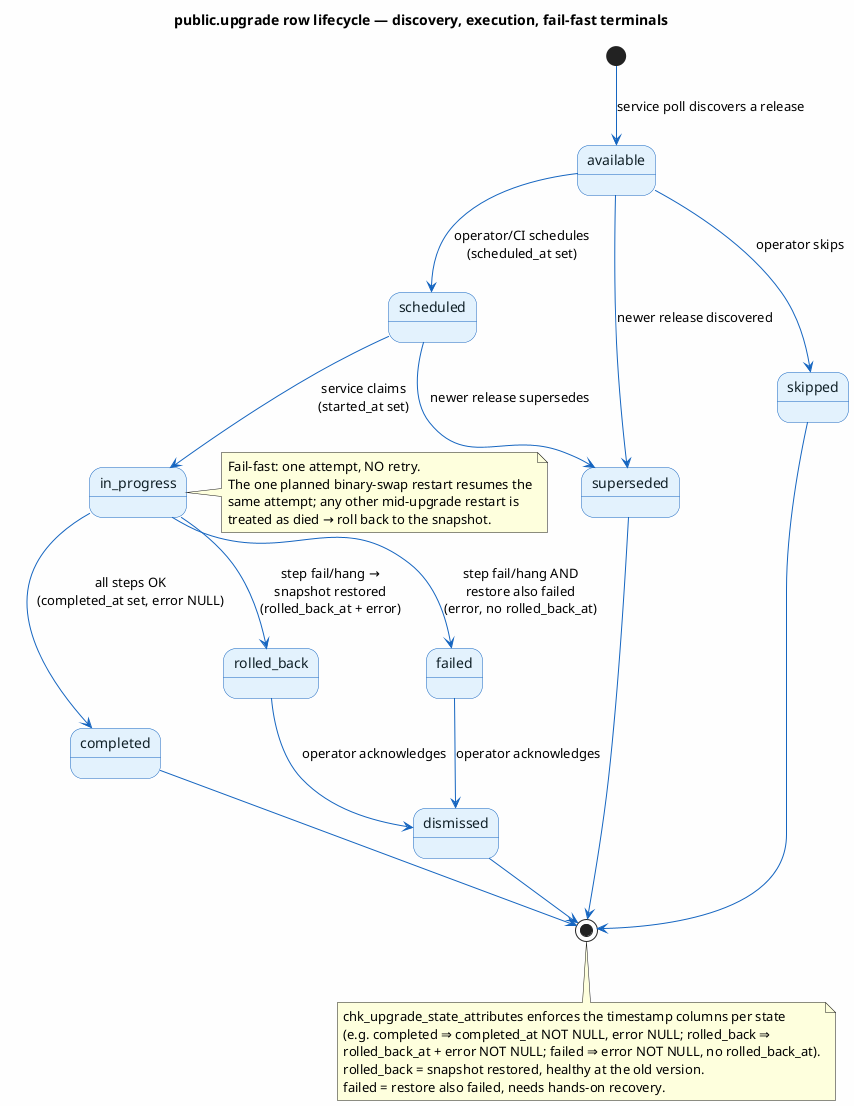
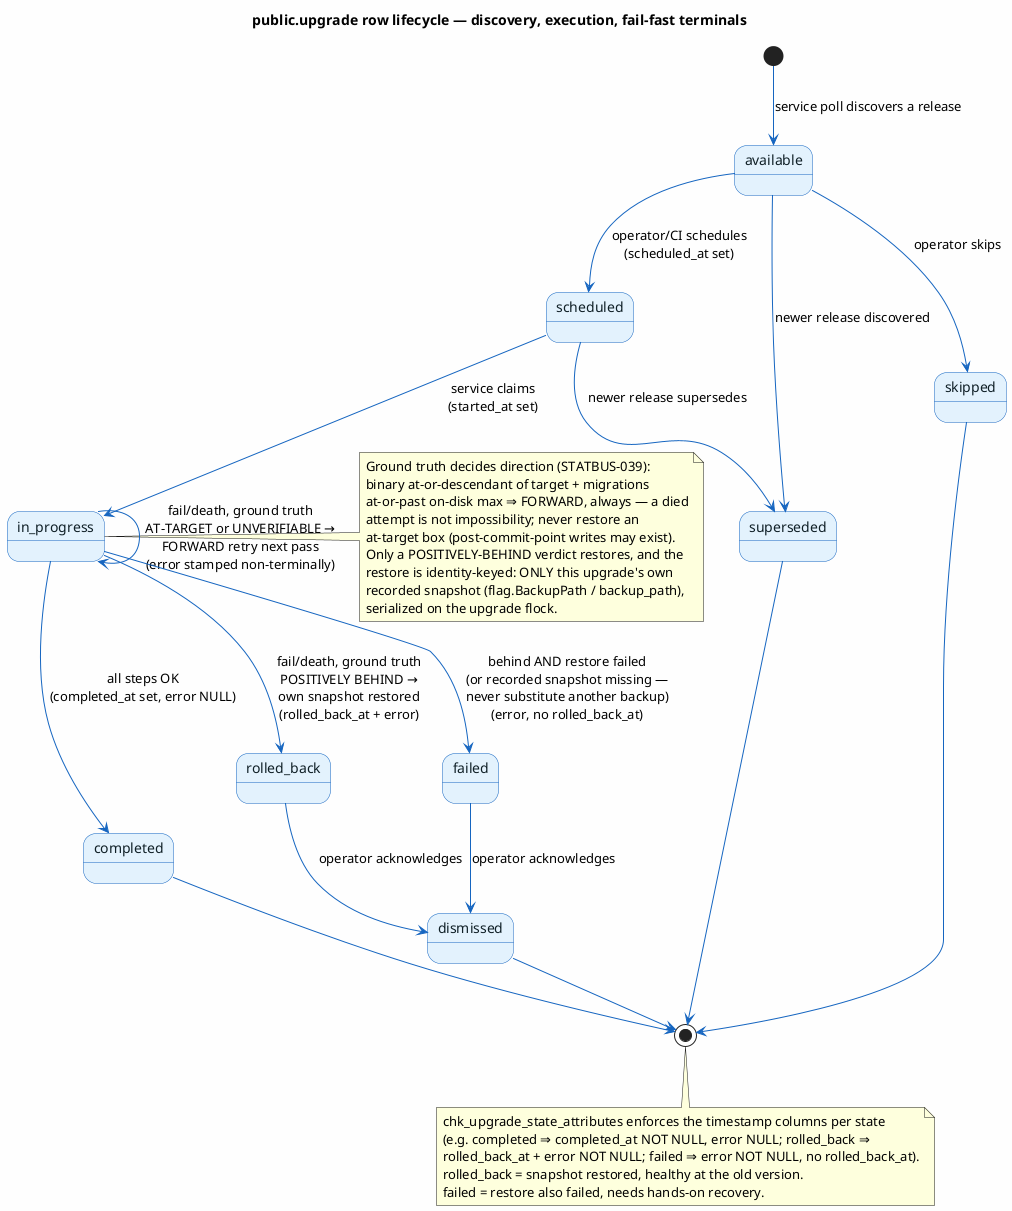
@startuml upgrade-lifecycle
' Authoritative state diagram for doc/upgrade-timeline.md § Upgrade-row lifecycle.
' States are the public.upgrade.state enum (upgrade_state); the timestamp
' invariants per state are enforced by chk_upgrade_state_attributes — see
' doc/db/table/public_upgrade.md. Keep the terminal-state naming in sync with
' the recovery contract: rolled_back = restored / healthy at old version,
' failed = restore also failed / needs hands-on.
skinparam backgroundColor #FEFEFE
skinparam state {
    BorderColor #1565C0
    BackgroundColor #E3F2FD
    ArrowColor #1565C0
    FontColor #102027
}

title public.upgrade row lifecycle — discovery, execution, fail-fast terminals

[*] --> available : service poll discovers a release

available --> scheduled : operator/CI schedules\n(scheduled_at set)
available --> skipped : operator skips
available --> superseded : newer release discovered

scheduled --> in_progress : service claims\n(started_at set)
scheduled --> superseded : newer release supersedes

in_progress --> completed : all steps OK\n(completed_at set, error NULL)
- in_progress --> rolled_back : step fail/hang →\nsnapshot restored\n(rolled_back_at + error)
- in_progress --> failed : step fail/hang AND\nrestore also failed\n(error, no rolled_back_at)
+ in_progress --> in_progress : fail/death, ground truth\nAT-TARGET or UNVERIFIABLE →\nFORWARD retry next pass\n(error stamped non-terminally)
+ in_progress --> rolled_back : fail/death, ground truth\nPOSITIVELY BEHIND →\nown snapshot restored\n(rolled_back_at + error)
+ in_progress --> failed : behind AND restore failed\n(or recorded snapshot missing —\nnever substitute another backup)\n(error, no rolled_back_at)

note right of in_progress
-   Fail-fast: one attempt, NO retry.
-   The one planned binary-swap restart resumes the
-   same attempt; any other mid-upgrade restart is
-   treated as died → roll back to the snapshot.
+   Ground truth decides direction (STATBUS-039):
+   binary at-or-descendant of target + migrations
+   at-or-past on-disk max ⇒ FORWARD, always — a died
+   attempt is not impossibility; never restore an
+   at-target box (post-commit-point writes may exist).
+   Only a POSITIVELY-BEHIND verdict restores, and the
+   restore is identity-keyed: ONLY this upgrade's own
+   recorded snapshot (flag.BackupPath / backup_path),
+   serialized on the upgrade flock.
end note

rolled_back --> dismissed : operator acknowledges
failed --> dismissed : operator acknowledges

completed --> [*]
skipped --> [*]
superseded --> [*]
dismissed --> [*]

note bottom
  chk_upgrade_state_attributes enforces the timestamp columns per state
  (e.g. completed ⇒ completed_at NOT NULL, error NULL; rolled_back ⇒
  rolled_back_at + error NOT NULL; failed ⇒ error NOT NULL, no rolled_back_at).
  rolled_back = snapshot restored, healthy at the old version.
  failed = restore also failed, needs hands-on recovery.
end note

@enduml
